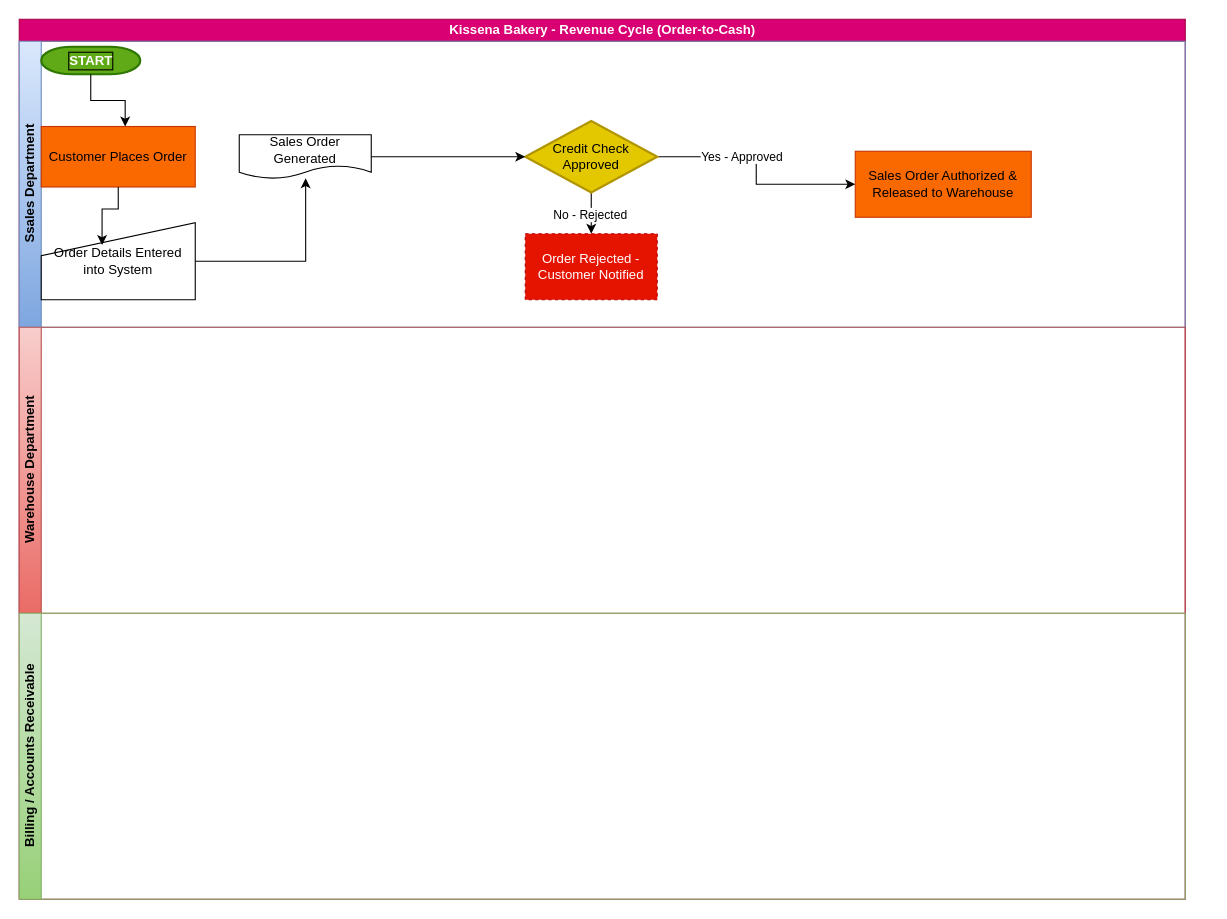
Before: page "Page-1" (1 of 2) of Revenue_Cycle_Control.drawio in callefrankie227-beep/drawio, a draw.io diagram. Source tidied: cells renumbered, new cells numbered last; positions are measured from the earlier drawing's top-left corner, leaving out a move shared by most shapes. Both pictures are drawn from the tidied source at 110%, with x=0, y=0 at pixel (19, 19).
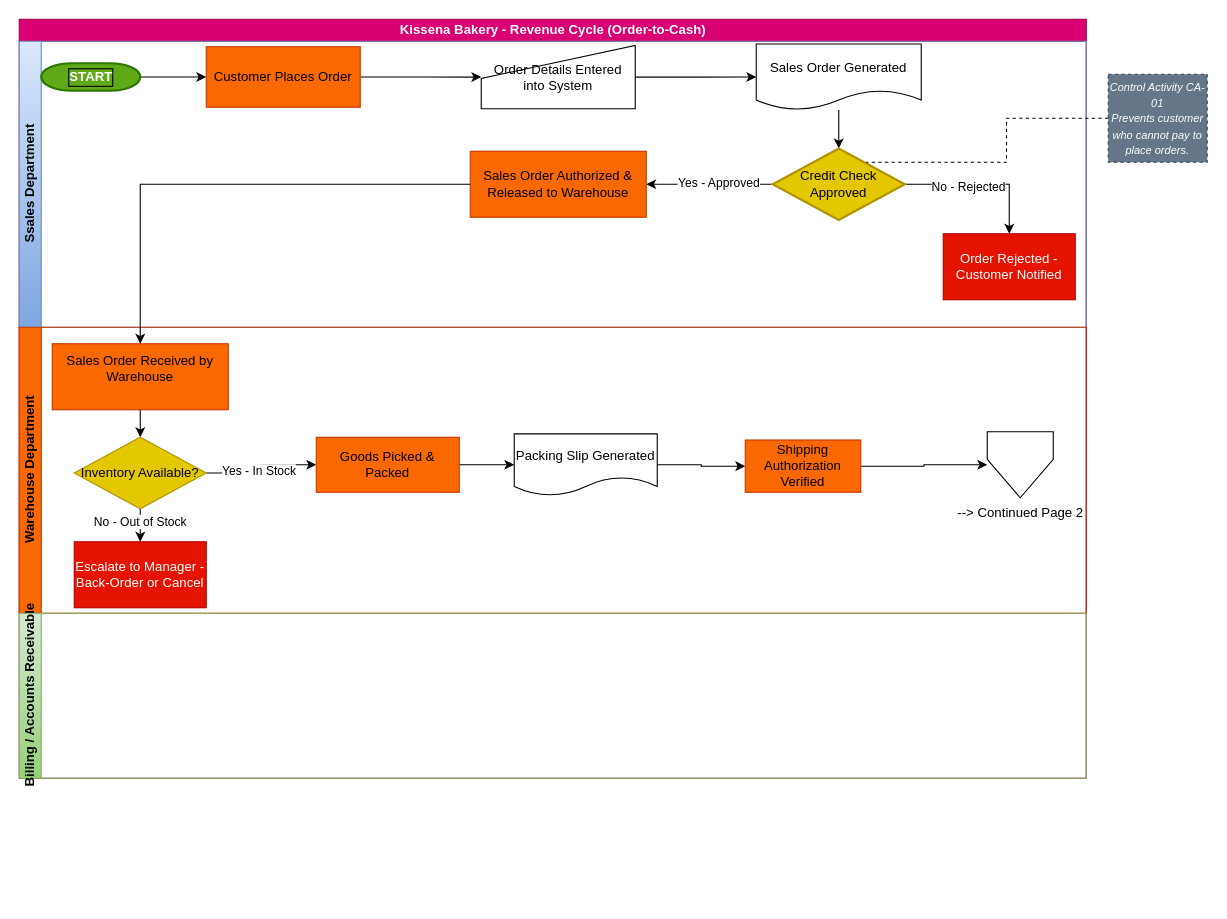
The same page after the edit.

The change refers to these unchanged cells:
```xml
<mxCell id="12" style="edgeStyle=orthogonalEdgeStyle;rounded=0;jettySize=auto;html=1;" parent="3" edge="1" source="14" target="16">
  <mxGeometry relative="1" as="geometry" />
</mxCell>
```

What changed in the source:
```diff
@@
     <mxCell id="2" value="Kissena Bakery - Revenue Cycle (Order-to-Cash)" style="swimlane;horizontal=1;startSize=20;html=1;fillColor=#d80073;strokeColor=#A50040;fontColor=#ffffff;" parent="1" vertex="1">
-      <mxGeometry width="1060" height="800" as="geometry" />
+      <mxGeometry width="970" height="690" as="geometry" />
     </mxCell>
     <mxCell id="3" value="Ssales Department" style="swimlane;startSize=20;horizontal=0;html=1;fillColor=#dae8fc;gradientColor=#7ea6e0;strokeColor=#6c8ebf;labelBorderColor=none;" parent="2" vertex="1">
-      <mxGeometry y="20" width="1060" height="260" as="geometry" />
+      <mxGeometry y="20" width="970" height="260" as="geometry" />
     </mxCell>
+    <mxCell id="8" style="edgeStyle=orthogonalEdgeStyle;rounded=0;jettySize=auto;html=1;" parent="3" edge="1" source="4" target="5">
+      <mxGeometry relative="1" as="geometry" />
+    </mxCell>
     <mxCell id="4" value="&lt;b&gt;START&lt;/b&gt;" style="strokeWidth=2;html=1;shape=mxgraph.flowchart.terminator;fillColor=#60a917;strokeColor=#2D7600;fontColor=#ffffff;labelBorderColor=light-dark(#000000,#66FF66);" parent="3" vertex="1">
-      <mxGeometry x="20" y="5" width="90" height="25" as="geometry" />
+      <mxGeometry x="20" y="20" width="90" height="25" as="geometry" />
     </mxCell>
+    <mxCell id="7" style="edgeStyle=orthogonalEdgeStyle;rounded=0;jettySize=auto;html=1;" parent="3" edge="1" source="5" target="6">
+      <mxGeometry relative="1" as="geometry" />
+    </mxCell>
     <mxCell id="5" value="Customer Places Order" style="rounded=0;whiteSpace=wrap;html=1;fillColor=#fa6800;fontColor=#000000;strokeColor=#C73500;" parent="3" vertex="1">
-      <mxGeometry x="20" y="77.5" width="140" height="55" as="geometry" />
+      <mxGeometry x="170" y="5" width="140" height="55" as="geometry" />
     </mxCell>
-    <mxCell id="6" value="Order Details Entered into System" style="shape=manualInput;whiteSpace=wrap;html=1;" parent="3" vertex="1">
-      <mxGeometry x="20" y="165" width="140" height="70" as="geometry" />
-    </mxCell>
-    <mxCell id="7" style="edgeStyle=orthogonalEdgeStyle;rounded=0;jettySize=auto;html=1;entryX=0.395;entryY=0.288;entryDx=0;entryDy=0;entryPerimeter=0;" parent="3" edge="1" source="5" target="6">
-      <mxGeometry relative="1" as="geometry" />
-    </mxCell>
-    <mxCell id="8" style="edgeStyle=orthogonalEdgeStyle;rounded=0;jettySize=auto;html=1;entryX=0.545;entryY=0;entryDx=0;entryDy=0;entryPerimeter=0;" parent="3" edge="1" source="4" target="5">
-      <mxGeometry relative="1" as="geometry" />
-    </mxCell>
+    <mxCell id="15" style="edgeStyle=orthogonalEdgeStyle;rounded=0;jettySize=auto;html=1;" parent="3" edge="1" source="9" target="14">
+      <mxGeometry relative="1" as="geometry" />
+    </mxCell>
     <mxCell id="9" value="Sales Order Generated" style="shape=document;whiteSpace=wrap;html=1;boundedLbl=1;" parent="3" vertex="1">
-      <mxGeometry x="200" y="85" width="120" height="40" as="geometry" />
+      <mxGeometry x="670" y="2.5" width="150" height="60" as="geometry" />
     </mxCell>
-    <mxCell id="10" style="edgeStyle=orthogonalEdgeStyle;rounded=0;jettySize=auto;html=1;entryX=0;entryY=0.5;entryDx=0;entryDy=0;" parent="3" edge="1" source="14" target="17">
+    <mxCell id="10" style="edgeStyle=orthogonalEdgeStyle;rounded=0;jettySize=auto;html=1;" parent="3" edge="1" source="14" target="17">
       <mxGeometry relative="1" as="geometry" />
     </mxCell>
     <mxCell id="11" value="Yes - Approved" style="edgeLabel;html=1;align=center;verticalAlign=middle;" parent="10" vertex="1">
-      <mxGeometry x="-0.26" y="1" relative="1" as="geometry" />
+      <mxGeometry x="-0.13" y="-2" relative="1" as="geometry" />
     </mxCell>
@@
     <mxCell id="13" value="No - Rejected" style="edgeLabel;html=1;align=center;verticalAlign=middle;" parent="12" vertex="1">
-      <mxGeometry x="-0.07" y="2" relative="1" as="geometry" />
+      <mxGeometry x="-0.19" y="-2" relative="1" as="geometry" />
     </mxCell>
     <mxCell id="14" value="Credit Check Approved" style="strokeWidth=2;html=1;shape=mxgraph.flowchart.decision;whiteSpace=wrap;fillColor=#e3c800;fontColor=#000000;strokeColor=#B09500;" parent="3" vertex="1">
-      <mxGeometry x="460" y="72.5" width="120" height="65" as="geometry" />
+      <mxGeometry x="685" y="97.5" width="120" height="65" as="geometry" />
     </mxCell>
-    <mxCell id="15" style="edgeStyle=orthogonalEdgeStyle;rounded=0;jettySize=auto;html=1;entryX=0;entryY=0.5;entryDx=0;entryDy=0;entryPerimeter=0;" parent="3" edge="1" source="9" target="14">
-      <mxGeometry relative="1" as="geometry" />
-    </mxCell>
-    <mxCell id="16" value="Order Rejected - Customer Notified" style="rounded=0;whiteSpace=wrap;html=1;dashed=1;fillColor=light-dark(#E51400,#FF0000);fontColor=#ffffff;strokeColor=#B20000;" parent="3" vertex="1">
-      <mxGeometry x="460" y="175" width="120" height="60" as="geometry" />
+    <mxCell id="16" value="Order Rejected - Customer Notified" style="rounded=0;whiteSpace=wrap;html=1;fillColor=light-dark(#E51400,#FF0000);fontColor=#ffffff;strokeColor=#B20000;" parent="3" vertex="1">
+      <mxGeometry x="840" y="175" width="120" height="60" as="geometry" />
     </mxCell>
     <mxCell id="17" value="Sales Order Authorized &amp;amp; Released to Warehouse" style="rounded=0;whiteSpace=wrap;html=1;fillColor=#fa6800;fontColor=#000000;strokeColor=#C73500;" parent="3" vertex="1">
-      <mxGeometry x="760" y="100" width="160" height="60" as="geometry" />
+      <mxGeometry x="410" y="100" width="160" height="60" as="geometry" />
     </mxCell>
-    <mxCell id="18" style="edgeStyle=orthogonalEdgeStyle;rounded=0;jettySize=auto;html=1;exitX=1;exitY=0.5;exitDx=0;exitDy=0;entryX=0.503;entryY=0.988;entryDx=0;entryDy=0;entryPerimeter=0;" parent="3" edge="1" source="6" target="9">
+    <mxCell id="18" style="edgeStyle=orthogonalEdgeStyle;rounded=0;jettySize=auto;html=1;" parent="3" edge="1" source="6" target="9">
       <mxGeometry relative="1" as="geometry" />
     </mxCell>
+    <mxCell id="6" value="Order Details Entered into System" style="shape=manualInput;whiteSpace=wrap;html=1;" parent="3" vertex="1">
+      <mxGeometry x="420" y="3.8" width="140" height="57.5" as="geometry" />
+    </mxCell>
-    <mxCell id="19" value="Warehouse Department" style="swimlane;startSize=20;horizontal=0;html=1;fillColor=#f8cecc;gradientColor=#ea6b66;strokeColor=#b85450;" parent="2" vertex="1">
-      <mxGeometry y="280" width="1060" height="260" as="geometry" />
+    <mxCell id="19" value="Warehouse Department" style="swimlane;startSize=20;horizontal=0;html=1;fillColor=#fa6800;strokeColor=#C73500;fontColor=#000000;" parent="2" vertex="1">
+      <mxGeometry y="280" width="970" height="260" as="geometry" />
     </mxCell>
+    <mxCell id="21" style="edgeStyle=orthogonalEdgeStyle;rounded=0;jettySize=auto;html=1;" parent="19" edge="1" source="22" target="27">
+      <mxGeometry relative="1" as="geometry" />
+    </mxCell>
+    <mxCell id="22" value="Sales Order Received by Warehouse&lt;div&gt;&lt;div&gt;&lt;br&gt;&lt;/div&gt;&lt;/div&gt;" style="rounded=0;whiteSpace=wrap;html=1;fillColor=#fa6800;fontColor=#000000;strokeColor=#C73500;" parent="19" vertex="1">
+      <mxGeometry x="30" y="15" width="160" height="60" as="geometry" />
+    </mxCell>
+    <mxCell id="23" style="edgeStyle=orthogonalEdgeStyle;rounded=0;jettySize=auto;html=1;" parent="19" edge="1" source="27" target="28">
+      <mxGeometry relative="1" as="geometry" />
+    </mxCell>
+    <mxCell id="24" value="No - Out of Stock" style="edgeLabel;html=1;align=center;verticalAlign=middle;" parent="23" vertex="1">
+      <mxGeometry x="0.23" y="-1" relative="1" as="geometry" />
+    </mxCell>
+    <mxCell id="25" style="edgeStyle=orthogonalEdgeStyle;rounded=0;jettySize=auto;html=1;" parent="19" edge="1" source="27" target="30">
+      <mxGeometry relative="1" as="geometry" />
+    </mxCell>
+    <mxCell id="26" value="Yes - In Stock" style="edgeLabel;html=1;align=center;verticalAlign=middle;" parent="25" vertex="1">
+      <mxGeometry x="-0.12" y="2" relative="1" as="geometry" />
+    </mxCell>
+    <mxCell id="27" value="Inventory Available?" style="rhombus;whiteSpace=wrap;html=1;fillColor=#e3c800;fontColor=#000000;strokeColor=#B09500;" parent="19" vertex="1">
+      <mxGeometry x="50" y="100" width="120" height="65" as="geometry" />
+    </mxCell>
+    <mxCell id="28" value="Escalate to Manager - Back-Order or Cancel" style="rounded=0;whiteSpace=wrap;html=1;fillColor=light-dark(#E51400,#FF0000);fontColor=#ffffff;strokeColor=#B20000;" parent="19" vertex="1">
+      <mxGeometry x="50" y="195" width="120" height="60" as="geometry" />
+    </mxCell>
+    <mxCell id="29" style="edgeStyle=orthogonalEdgeStyle;rounded=0;jettySize=auto;html=1;" parent="19" edge="1" source="30" target="32">
+      <mxGeometry relative="1" as="geometry" />
+    </mxCell>
+    <mxCell id="30" value="Goods Picked &amp;amp; Packed" style="html=1;dashed=0;whiteSpace=wrap;fillColor=#fa6800;fontColor=#000000;strokeColor=#C73500;" parent="19" vertex="1">
+      <mxGeometry x="270" y="100" width="130" height="50" as="geometry" />
+    </mxCell>
+    <mxCell id="31" style="edgeStyle=orthogonalEdgeStyle;rounded=0;jettySize=auto;html=1;" parent="19" edge="1" source="32" target="34">
+      <mxGeometry relative="1" as="geometry" />
+    </mxCell>
+    <mxCell id="32" value="Packing Slip Generated" style="shape=document;whiteSpace=wrap;html=1;boundedLbl=1;" parent="19" vertex="1">
+      <mxGeometry x="450" y="96.9" width="130" height="56.2" as="geometry" />
+    </mxCell>
+    <mxCell id="33" style="edgeStyle=orthogonalEdgeStyle;rounded=0;jettySize=auto;html=1;" parent="19" edge="1" source="34" target="35">
+      <mxGeometry relative="1" as="geometry" />
+    </mxCell>
+    <mxCell id="34" value="Shipping Authorization Verified" style="whiteSpace=wrap;html=1;fillColor=#fa6800;fontColor=#000000;strokeColor=#C73500;" parent="19" vertex="1">
+      <mxGeometry x="660" y="102.5" width="105" height="47.5" as="geometry" />
+    </mxCell>
+    <mxCell id="35" value="--&amp;gt; Continued Page 2" style="verticalLabelPosition=bottom;verticalAlign=top;html=1;shape=offPageConnector;rounded=0;size=0.5833333333333334;" parent="19" vertex="1">
+      <mxGeometry x="880" y="95" width="60" height="60" as="geometry" />
+    </mxCell>
     <mxCell id="20" value="Billing / Accounts Receivable" style="swimlane;startSize=20;horizontal=0;html=1;fillColor=#d5e8d4;gradientColor=#97d077;strokeColor=#82b366;" parent="2" vertex="1">
-      <mxGeometry y="540" width="1060" height="260" as="geometry" />
+      <mxGeometry y="540" width="970" height="150" as="geometry" />
     </mxCell>
+    <mxCell id="36" style="edgeStyle=orthogonalEdgeStyle;rounded=0;jettySize=auto;html=1;" parent="2" edge="1" source="17" target="22">
+      <mxGeometry relative="1" as="geometry" />
+    </mxCell>
+    <mxCell id="37" value="&lt;font style=&quot;font-size: 10px;&quot;&gt;&lt;i&gt;Control Activity CA-01&lt;/i&gt;&lt;/font&gt;&lt;div&gt;&lt;font style=&quot;&quot; size=&quot;1&quot;&gt;&lt;i style=&quot;&quot;&gt;Prevents customer who cannot pay to place orders.&lt;/i&gt;&lt;/font&gt;&lt;/div&gt;" style="rounded=0;whiteSpace=wrap;html=1;dashed=1;fillColor=#647687;fontColor=#ffffff;strokeColor=#314354;" parent="1" vertex="1">
+      <mxGeometry x="990" y="50" width="90" height="80" as="geometry" />
+    </mxCell>
+    <mxCell id="38" style="edgeStyle=orthogonalEdgeStyle;rounded=0;jettySize=auto;html=1;entryX=0.708;entryY=0.192;entryDx=0;entryDy=0;entryPerimeter=0;endArrow=none;endFill=0;dashed=1;" parent="1" edge="1" source="37" target="14">
+      <mxGeometry relative="1" as="geometry" />
+    </mxCell>
```
